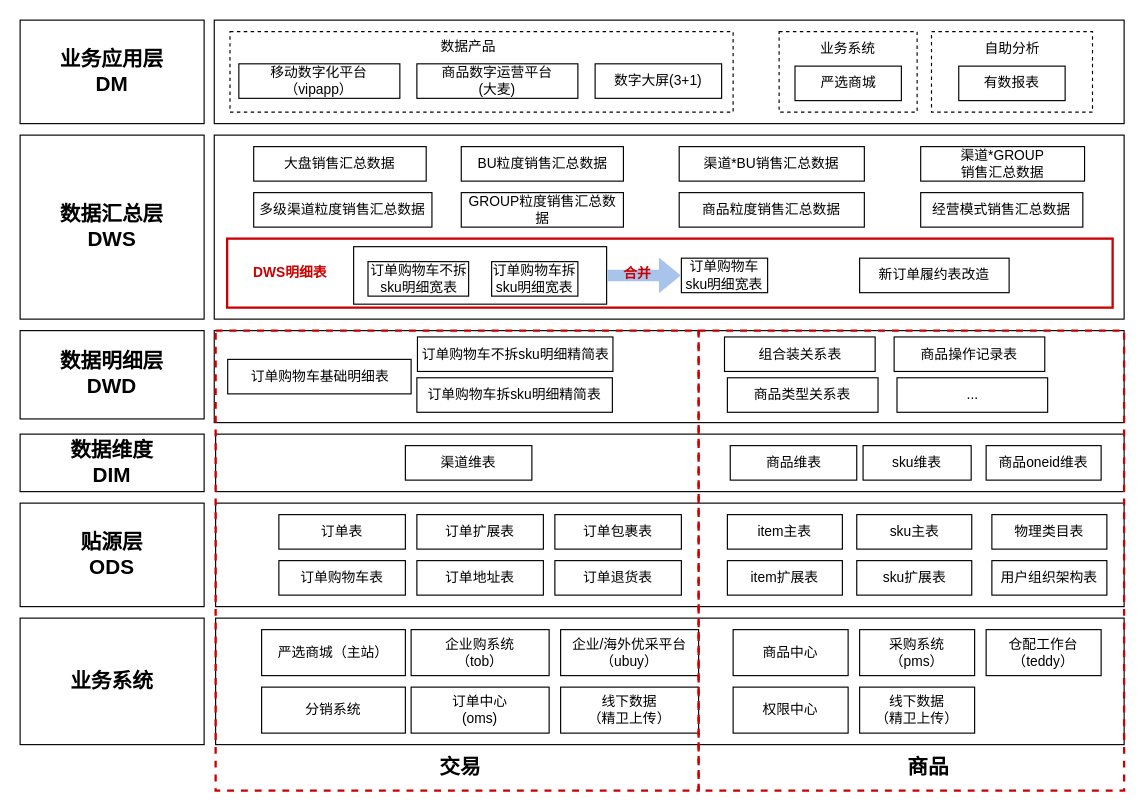
Above: polaris.drawio in mineminemine123/work-wiki (draw.io), before the change. Source tidied: cells renumbered, new cells numbered last; positions are measured from the earlier drawing's top-left corner, leaving out a move shared by most shapes. Both pictures are drawn from the tidied source at 115%, with x=0, y=0 at pixel (20, 20).
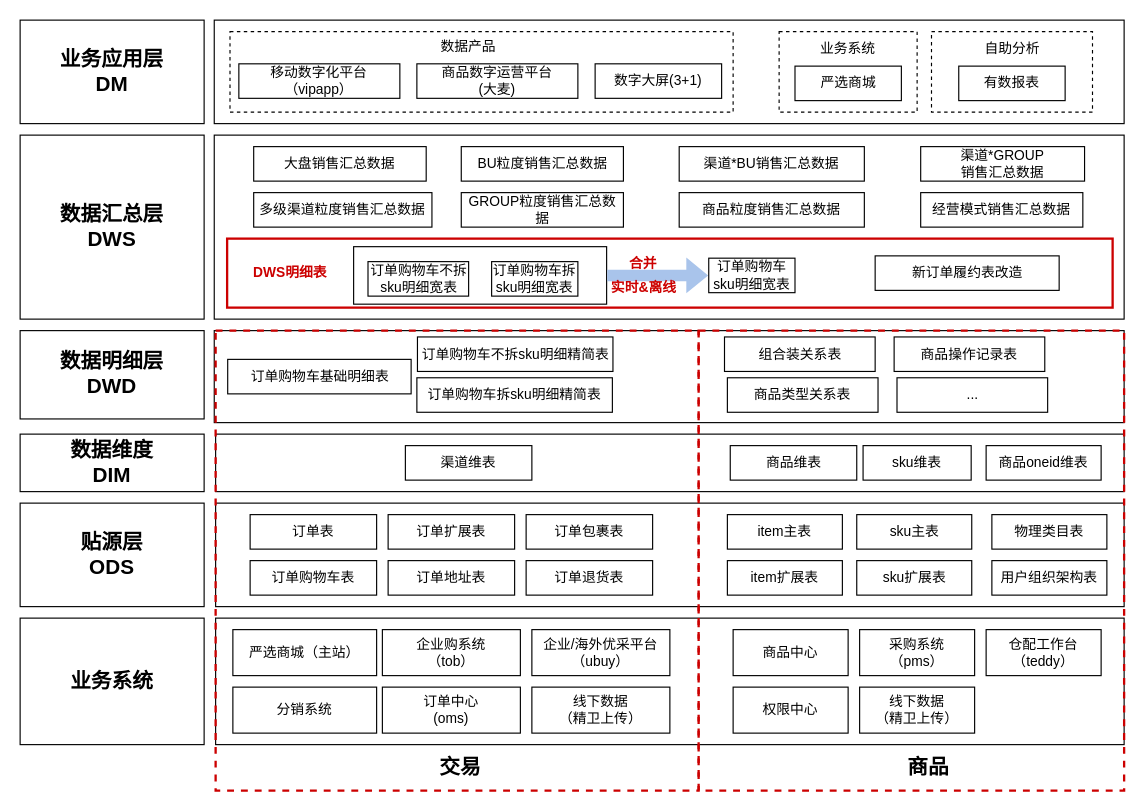
The same page after the edit.

Change to the diagram source:
```diff
@@
     <mxCell id="10" value="严选商城（主站）" style="rounded=0;whiteSpace=wrap;html=1;fontStyle=0;fontFamily=微软雅黑;" parent="1" vertex="1">
-      <mxGeometry x="210" y="530" width="125" height="40" as="geometry" />
+      <mxGeometry x="185" y="530" width="125" height="40" as="geometry" />
     </mxCell>
     <mxCell id="11" value="分销系统" style="rounded=0;whiteSpace=wrap;html=1;fontStyle=0;fontFamily=微软雅黑;" parent="1" vertex="1">
-      <mxGeometry x="210" y="580" width="125" height="40" as="geometry" />
+      <mxGeometry x="185" y="580" width="125" height="40" as="geometry" />
     </mxCell>
     <mxCell id="12" value="订单中心&lt;br&gt;(oms)" style="rounded=0;whiteSpace=wrap;html=1;fontStyle=0;fontFamily=微软雅黑;" parent="1" vertex="1">
-      <mxGeometry x="340" y="580" width="120" height="40" as="geometry" />
+      <mxGeometry x="315" y="580" width="120" height="40" as="geometry" />
     </mxCell>
     <mxCell id="13" value="企业购系统&lt;br&gt;（tob）" style="rounded=0;whiteSpace=wrap;html=1;fontStyle=0;fontFamily=微软雅黑;" parent="1" vertex="1">
-      <mxGeometry x="340" y="530" width="120" height="40" as="geometry" />
+      <mxGeometry x="315" y="530" width="120" height="40" as="geometry" />
     </mxCell>
     <mxCell id="14" value="线下数据&lt;br&gt;（精卫上传）" style="rounded=0;whiteSpace=wrap;html=1;fontStyle=0;fontFamily=微软雅黑;" parent="1" vertex="1">
-      <mxGeometry x="470" y="580" width="120" height="40" as="geometry" />
+      <mxGeometry x="445" y="580" width="120" height="40" as="geometry" />
     </mxCell>
@@
     <mxCell id="20" value="企业/海外优采平台&lt;br&gt;（ubuy）" style="rounded=0;whiteSpace=wrap;html=1;fontStyle=0;fontFamily=微软雅黑;" parent="1" vertex="1">
-      <mxGeometry x="470" y="530" width="120" height="40" as="geometry" />
+      <mxGeometry x="445" y="530" width="120" height="40" as="geometry" />
     </mxCell>
@@
     <mxCell id="25" value="订单表" style="rounded=0;whiteSpace=wrap;html=1;fontStyle=0;fontFamily=微软雅黑;" parent="1" vertex="1">
-      <mxGeometry x="225" y="430" width="110" height="30" as="geometry" />
+      <mxGeometry x="200" y="430" width="110" height="30" as="geometry" />
     </mxCell>
     <mxCell id="26" value="订单地址表" style="rounded=0;whiteSpace=wrap;html=1;fontStyle=0;fontFamily=微软雅黑;" parent="1" vertex="1">
-      <mxGeometry x="345" y="470" width="110" height="30" as="geometry" />
+      <mxGeometry x="320" y="470" width="110" height="30" as="geometry" />
     </mxCell>
     <mxCell id="27" value="订单购物车表" style="rounded=0;whiteSpace=wrap;html=1;fontStyle=0;fontFamily=微软雅黑;" parent="1" vertex="1">
-      <mxGeometry x="225" y="470" width="110" height="30" as="geometry" />
+      <mxGeometry x="200" y="470" width="110" height="30" as="geometry" />
     </mxCell>
@@
     <mxCell id="32" value="订单扩展表" style="rounded=0;whiteSpace=wrap;html=1;fontStyle=0;fontFamily=微软雅黑;" parent="1" vertex="1">
-      <mxGeometry x="345" y="430" width="110" height="30" as="geometry" />
+      <mxGeometry x="320" y="430" width="110" height="30" as="geometry" />
     </mxCell>
     <mxCell id="33" value="订单包裹表" style="rounded=0;whiteSpace=wrap;html=1;fontStyle=0;fontFamily=微软雅黑;" parent="1" vertex="1">
-      <mxGeometry x="465" y="430" width="110" height="30" as="geometry" />
+      <mxGeometry x="440" y="430" width="110" height="30" as="geometry" />
     </mxCell>
@@
     <mxCell id="41" value="订单退货表" style="rounded=0;whiteSpace=wrap;html=1;fontStyle=0;fontFamily=微软雅黑;" parent="1" vertex="1">
-      <mxGeometry x="465" y="470" width="110" height="30" as="geometry" />
+      <mxGeometry x="440" y="470" width="110" height="30" as="geometry" />
     </mxCell>
@@
     <mxCell id="76" value="订单购物车sku明细宽表" style="rounded=0;whiteSpace=wrap;html=1;fontStyle=0;fontFamily=微软雅黑;" parent="1" vertex="1">
-      <mxGeometry x="575" y="207" width="75" height="30" as="geometry" />
+      <mxGeometry x="598.8" y="207" width="75" height="30" as="geometry" />
     </mxCell>
@@
     <mxCell id="78" value="&lt;font color=&quot;#cc0000&quot;&gt;&lt;b&gt;合并&lt;/b&gt;&lt;/font&gt;" style="text;html=1;strokeColor=none;fillColor=none;align=center;verticalAlign=middle;whiteSpace=wrap;rounded=0;fontFamily=微软雅黑;" parent="1" vertex="1">
-      <mxGeometry x="506.5" y="206" width="60" height="30" as="geometry" />
+      <mxGeometry x="512" y="197" width="60" height="30" as="geometry" />
     </mxCell>
     <mxCell id="79" value="新订单履约表改造" style="rounded=0;whiteSpace=wrap;html=1;fontStyle=0;fontFamily=微软雅黑;" parent="1" vertex="1">
-      <mxGeometry x="730" y="207" width="130" height="30" as="geometry" />
+      <mxGeometry x="743.5" y="205" width="160" height="30" as="geometry" />
     </mxCell>
+    <mxCell id="80" value="&lt;font color=&quot;#cc0000&quot;&gt;&lt;b&gt;实时&amp;amp;离线&lt;/b&gt;&lt;/font&gt;" style="text;html=1;strokeColor=none;fillColor=none;align=center;verticalAlign=middle;whiteSpace=wrap;rounded=0;fontFamily=微软雅黑;" parent="1" vertex="1">
+      <mxGeometry x="505" y="218" width="75" height="30" as="geometry" />
+    </mxCell>
```
